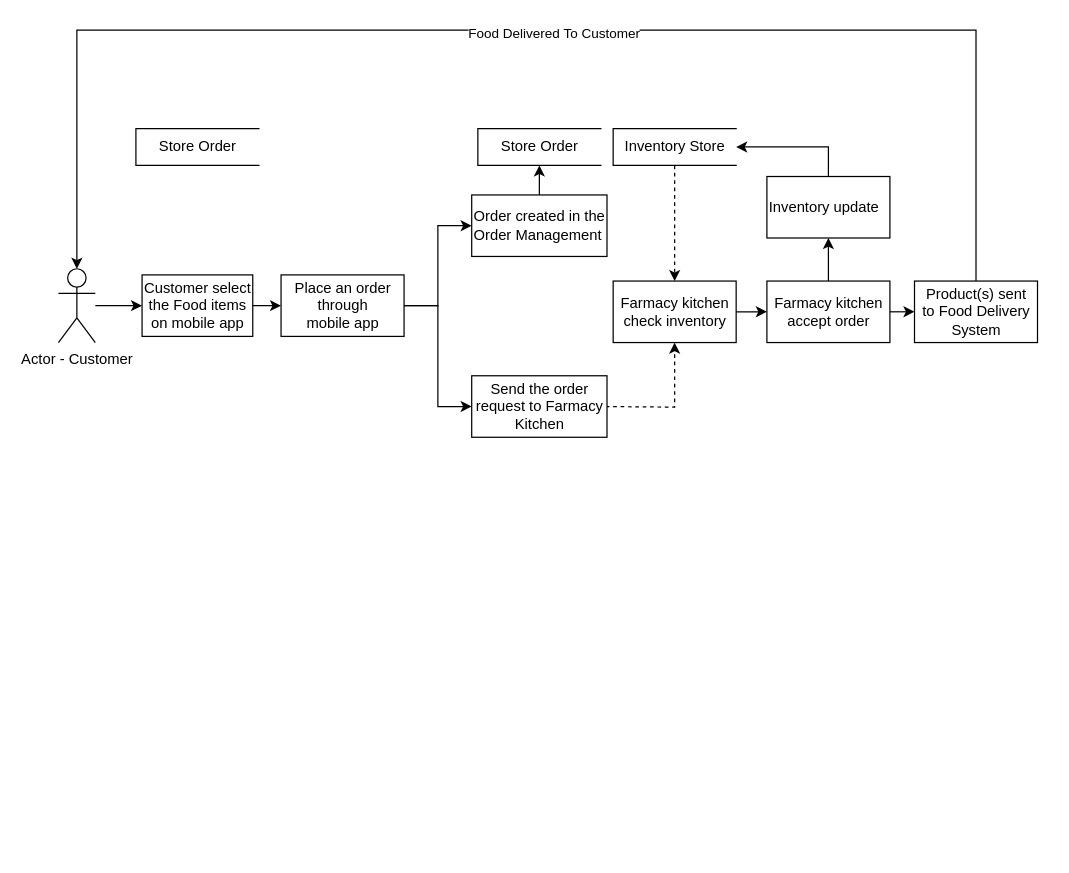
Above: page "Component-Interaction-Customer" (3 of 4) of Farmacy_High_Level_Workflow.drawio in techstarskatas/sparklingstarskatas (draw.io), before the change. Source tidied: cells renumbered, new cells numbered last; positions are measured from the earlier drawing's top-left corner, leaving out a move shared by most shapes. Both pictures are drawn from the tidied source at 123%, with x=0, y=0 at pixel (58, 30).
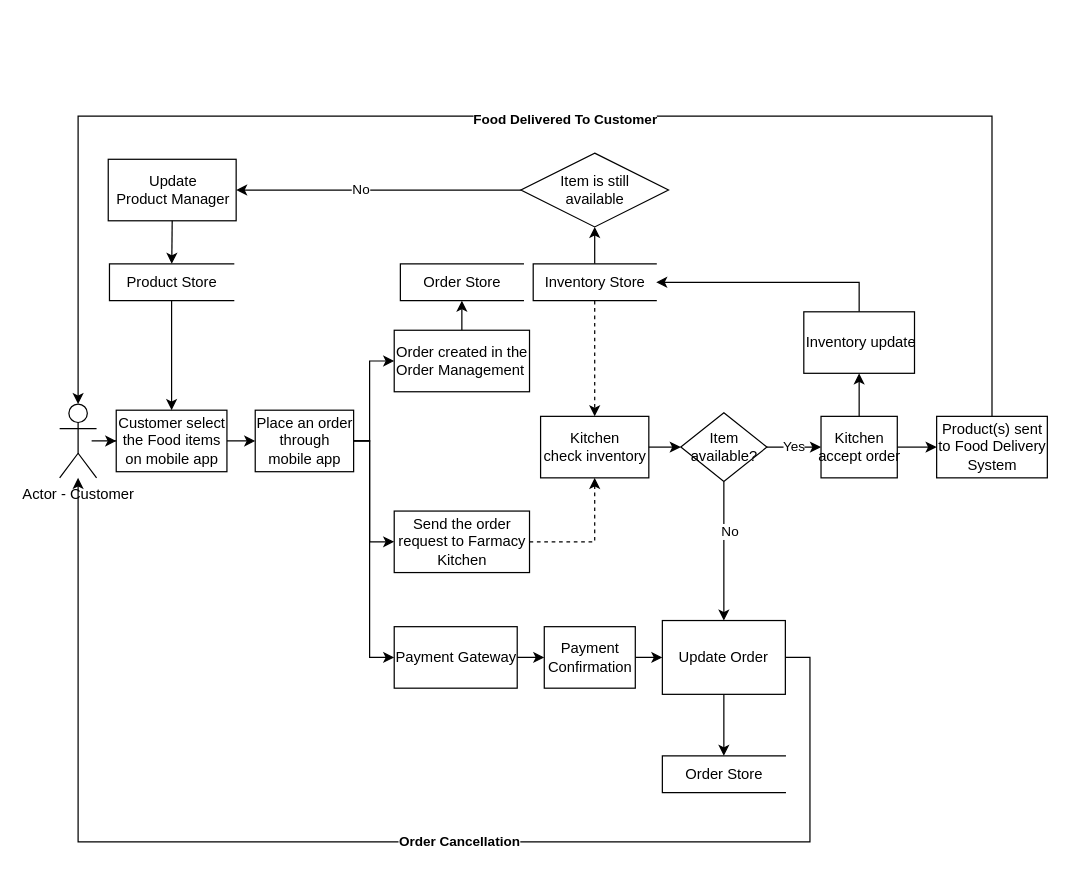
Above is the later version.

The edit, as a diff of the source:
```diff
@@
     <mxCell id="3" value="Actor - Customer" style="shape=umlActor;verticalLabelPosition=bottom;verticalAlign=top;html=1;outlineConnect=0;" parent="1" vertex="1">
-      <mxGeometry y="194" width="30" height="60" as="geometry" />
+      <mxGeometry x="1" y="304" width="30" height="60" as="geometry" />
     </mxCell>
@@
     <mxCell id="5" value="&lt;div align=&quot;justify&quot;&gt;Order created in the&lt;/div&gt;&lt;div align=&quot;justify&quot;&gt;Order Management&lt;br&gt;&lt;/div&gt;" style="html=1;dashed=0;whitespace=wrap;align=left;" parent="1" vertex="1">
-      <mxGeometry x="336" y="134" width="110" height="50" as="geometry" />
+      <mxGeometry x="273" y="244" width="110" height="50" as="geometry" />
     </mxCell>
-    <mxCell id="6" value="Store Order " style="html=1;dashed=0;whitespace=wrap;shape=partialRectangle;right=0;" parent="1" vertex="1">
-      <mxGeometry x="341" y="80" width="100" height="30" as="geometry" />
+    <mxCell id="6" value="Order Store" style="html=1;dashed=0;whitespace=wrap;shape=partialRectangle;right=0;" parent="1" vertex="1">
+      <mxGeometry x="278" y="190" width="100" height="30" as="geometry" />
     </mxCell>
     <mxCell id="7" style="edgeStyle=orthogonalEdgeStyle;rounded=0;jettySize=auto;html=1;exitX=1;exitY=0.5;exitDx=0;exitDy=0;entryX=0;entryY=0.5;entryDx=0;entryDy=0;" parent="1" edge="1" source="9" target="5">
-      <mxGeometry relative="1" as="geometry" />
+      <mxGeometry relative="1" as="geometry">
+        <Array as="points">
+          <mxPoint x="253" y="334" />
+          <mxPoint x="253" y="269" />
+        </Array>
+      </mxGeometry>
     </mxCell>
     <mxCell id="8" style="edgeStyle=orthogonalEdgeStyle;rounded=0;jettySize=auto;html=1;exitX=1;exitY=0.5;exitDx=0;exitDy=0;entryX=0;entryY=0.5;entryDx=0;entryDy=0;" parent="1" edge="1" source="9" target="11">
-      <mxGeometry relative="1" as="geometry" />
+      <mxGeometry relative="1" as="geometry">
+        <Array as="points">
+          <mxPoint x="253" y="334" />
+          <mxPoint x="253" y="416" />
+        </Array>
+      </mxGeometry>
     </mxCell>
+    <mxCell id="27" style="edgeStyle=orthogonalEdgeStyle;rounded=0;jettySize=auto;html=1;exitX=1;exitY=0.5;exitDx=0;exitDy=0;entryX=0;entryY=0.5;entryDx=0;entryDy=0;" parent="1" edge="1" source="9" target="36">
+      <mxGeometry relative="1" as="geometry">
+        <Array as="points">
+          <mxPoint x="253" y="334" />
+          <mxPoint x="253" y="510" />
+        </Array>
+      </mxGeometry>
+    </mxCell>
     <mxCell id="9" value="&lt;div&gt;Place an order &lt;br&gt;&lt;/div&gt;&lt;div&gt;through &lt;br&gt;&lt;/div&gt;&lt;div&gt;mobile app&lt;br&gt;&lt;/div&gt;" style="html=1;dashed=0;whitespace=wrap;" parent="1" vertex="1">
-      <mxGeometry x="181" y="199" width="100" height="50" as="geometry" />
+      <mxGeometry x="160" y="309" width="80" height="50" as="geometry" />
     </mxCell>
-    <mxCell id="10" style="edgeStyle=orthogonalEdgeStyle;rounded=0;jettySize=auto;html=1;exitX=1;exitY=0.5;exitDx=0;exitDy=0;entryX=0.5;entryY=1;entryDx=0;entryDy=0;dashed=1;" parent="1" edge="1" target="15">
-      <mxGeometry relative="1" as="geometry">
-        <mxPoint x="439" y="306" as="sourcePoint" />
-      </mxGeometry>
+    <mxCell id="10" style="edgeStyle=orthogonalEdgeStyle;rounded=0;jettySize=auto;html=1;exitX=1;exitY=0.5;exitDx=0;exitDy=0;entryX=0.5;entryY=1;entryDx=0;entryDy=0;dashed=1;" parent="1" edge="1" source="11" target="15">
+      <mxGeometry relative="1" as="geometry" />
     </mxCell>
     <mxCell id="11" value="&lt;div&gt;Send the order&lt;/div&gt;&lt;div&gt;request to Farmacy&lt;/div&gt;&lt;div&gt;Kitchen&lt;br&gt;&lt;/div&gt;" style="html=1;dashed=0;whitespace=wrap;" parent="1" vertex="1">
-      <mxGeometry x="336" y="281" width="110" height="50" as="geometry" />
+      <mxGeometry x="273" y="391" width="110" height="50" as="geometry" />
     </mxCell>
@@
     <mxCell id="13" value="&lt;div&gt;Customer select&lt;/div&gt;&lt;div&gt;the Food items&lt;/div&gt;&lt;div&gt;on mobile app&lt;br&gt;&lt;/div&gt;" style="html=1;dashed=0;whitespace=wrap;" parent="1" vertex="1">
-      <mxGeometry x="68" y="199" width="90" height="50" as="geometry" />
+      <mxGeometry x="47" y="309" width="90" height="50" as="geometry" />
     </mxCell>
-    <mxCell id="14" style="edgeStyle=orthogonalEdgeStyle;rounded=0;jettySize=auto;html=1;entryX=0;entryY=0.5;entryDx=0;entryDy=0;" parent="1" edge="1" source="15" target="24">
-      <mxGeometry relative="1" as="geometry" />
-    </mxCell>
-    <mxCell id="15" value="&lt;div&gt;Farmacy kitchen&lt;/div&gt;&lt;div&gt;check inventory&lt;br&gt;&lt;/div&gt;" style="html=1;dashed=0;whitespace=wrap;" parent="1" vertex="1">
-      <mxGeometry x="451" y="204" width="100" height="50" as="geometry" />
+    <mxCell id="15" value="&lt;div&gt;Kitchen&lt;/div&gt;&lt;div&gt;check inventory&lt;br&gt;&lt;/div&gt;" style="html=1;dashed=0;whitespace=wrap;" parent="1" vertex="1">
+      <mxGeometry x="392" y="314" width="88" height="50" as="geometry" />
     </mxCell>
@@
+    <mxCell id="28" style="edgeStyle=orthogonalEdgeStyle;rounded=0;jettySize=auto;html=1;" parent="1" edge="1" source="17" target="30">
+      <mxGeometry relative="1" as="geometry" />
+    </mxCell>
     <mxCell id="17" value="Inventory Store" style="html=1;dashed=0;whitespace=wrap;shape=partialRectangle;right=0;" parent="1" vertex="1">
-      <mxGeometry x="451" y="80" width="100" height="30" as="geometry" />
+      <mxGeometry x="386" y="190" width="100" height="30" as="geometry" />
     </mxCell>
@@
     <mxCell id="19" value="Inventory update" style="html=1;dashed=0;whitespace=wrap;align=left;" parent="1" vertex="1">
-      <mxGeometry x="576" y="119" width="100" height="50" as="geometry" />
+      <mxGeometry x="606" y="229" width="90" height="50" as="geometry" />
     </mxCell>
     <mxCell id="20" style="edgeStyle=orthogonalEdgeStyle;rounded=0;jettySize=auto;html=1;exitX=0.5;exitY=0;exitDx=0;exitDy=0;entryX=0.5;entryY=0;entryDx=0;entryDy=0;entryPerimeter=0;" parent="1" edge="1" source="22" target="3">
       <mxGeometry relative="1" as="geometry">
         <Array as="points">
-          <mxPoint x="746" />
-          <mxPoint x="15" />
+          <mxPoint x="759" y="70" />
+          <mxPoint x="16" y="70" />
         </Array>
       </mxGeometry>
     </mxCell>
-    <mxCell id="21" value="Food Delivered To Customer" style="edgeLabel;html=1;align=center;verticalAlign=middle;" parent="20" vertex="1">
+    <mxCell id="21" value="&lt;b&gt;Food Delivered To Customer&lt;/b&gt;" style="edgeLabel;html=1;align=center;verticalAlign=middle;" parent="20" vertex="1">
       <mxGeometry x="-0.03" y="2" relative="1" as="geometry" />
     </mxCell>
     <mxCell id="22" value="&lt;div&gt;Product(s) sent &lt;br&gt;&lt;/div&gt;&lt;div&gt;to Food Delivery &lt;br&gt;&lt;/div&gt;&lt;div&gt;System&lt;/div&gt;" style="html=1;dashed=0;whitespace=wrap;" parent="1" vertex="1">
-      <mxGeometry x="696" y="204" width="100" height="50" as="geometry" />
+      <mxGeometry x="714" y="314" width="90" height="50" as="geometry" />
     </mxCell>
@@
-    <mxCell id="24" value="&lt;div&gt;Farmacy kitchen&lt;/div&gt;&lt;div&gt;accept order&lt;br&gt;&lt;/div&gt;" style="html=1;dashed=0;whitespace=wrap;" parent="1" vertex="1">
-      <mxGeometry x="576" y="204" width="100" height="50" as="geometry" />
+    <mxCell id="24" value="&lt;div&gt;Kitchen&lt;/div&gt;&lt;div&gt;accept order&lt;br&gt;&lt;/div&gt;" style="html=1;dashed=0;whitespace=wrap;" parent="1" vertex="1">
+      <mxGeometry x="620" y="314" width="62" height="50" as="geometry" />
     </mxCell>
@@
+    <mxCell id="29" style="edgeStyle=orthogonalEdgeStyle;rounded=0;jettySize=auto;html=1;" parent="1" edge="1" source="26" target="13">
+      <mxGeometry relative="1" as="geometry" />
+    </mxCell>
-    <mxCell id="26" value="Store Order " style="html=1;dashed=0;whitespace=wrap;shape=partialRectangle;right=0;" parent="1" vertex="1">
-      <mxGeometry x="63" y="80" width="100" height="30" as="geometry" />
+    <mxCell id="26" value="Product Store" style="html=1;dashed=0;whitespace=wrap;shape=partialRectangle;right=0;" parent="1" vertex="1">
+      <mxGeometry x="41.5" y="190" width="101" height="30" as="geometry" />
     </mxCell>
+    <mxCell id="30" value="&lt;div&gt;Item is still&lt;br&gt;&lt;/div&gt;&lt;div&gt;available&lt;br&gt;&lt;/div&gt;" style="shape=rhombus;html=1;dashed=0;whitespace=wrap;perimeter=rhombusPerimeter;" parent="1" vertex="1">
+      <mxGeometry x="376" y="100" width="120" height="60" as="geometry" />
+    </mxCell>
+    <mxCell id="31" value="&lt;div&gt;Update&lt;/div&gt;&lt;div&gt;Product Manager&lt;/div&gt;" style="html=1;dashed=0;whitespace=wrap;" parent="1" vertex="1">
+      <mxGeometry x="40.5" y="105" width="104" height="50" as="geometry" />
+    </mxCell>
+    <mxCell id="32" style="endArrow=classic;html=1;exitX=0;exitY=0.5;exitDx=0;exitDy=0;entryX=1;entryY=0.5;entryDx=0;entryDy=0;" parent="1" edge="1" source="30" target="31">
+      <mxGeometry relative="1" as="geometry" />
+    </mxCell>
+    <mxCell id="33" value="No" style="edgeLabel;html=1;align=center;verticalAlign=middle;" parent="32" vertex="1">
+      <mxGeometry x="0.13" y="-1" relative="1" as="geometry" />
+    </mxCell>
+    <mxCell id="34" style="endArrow=classic;html=1;exitX=0.5;exitY=1;exitDx=0;exitDy=0;" parent="1" edge="1" source="31" target="26">
+      <mxGeometry relative="1" as="geometry" />
+    </mxCell>
+    <mxCell id="35" style="edgeStyle=orthogonalEdgeStyle;rounded=0;jettySize=auto;html=1;" parent="1" edge="1" source="36" target="38">
+      <mxGeometry relative="1" as="geometry" />
+    </mxCell>
+    <mxCell id="36" value="Payment Gateway" style="html=1;dashed=0;whitespace=wrap;" parent="1" vertex="1">
+      <mxGeometry x="273" y="485" width="100" height="50" as="geometry" />
+    </mxCell>
+    <mxCell id="37" style="edgeStyle=orthogonalEdgeStyle;rounded=0;jettySize=auto;html=1;" parent="1" edge="1" source="38" target="48">
+      <mxGeometry relative="1" as="geometry" />
+    </mxCell>
+    <mxCell id="38" value="&lt;div&gt;Payment &lt;br&gt;&lt;/div&gt;&lt;div&gt;Confirmation&lt;/div&gt;" style="html=1;dashed=0;whitespace=wrap;" parent="1" vertex="1">
+      <mxGeometry x="395" y="485" width="74" height="50" as="geometry" />
+    </mxCell>
+    <mxCell id="39" style="edgeStyle=orthogonalEdgeStyle;rounded=0;jettySize=auto;html=1;" parent="1" edge="1" source="41" target="48">
+      <mxGeometry relative="1" as="geometry" />
+    </mxCell>
+    <mxCell id="40" value="No" style="edgeLabel;html=1;align=center;verticalAlign=middle;" parent="39" vertex="1">
+      <mxGeometry x="-0.29" y="4" relative="1" as="geometry" />
+    </mxCell>
+    <mxCell id="41" value="&lt;div&gt;Item&lt;br&gt;&lt;/div&gt;&lt;div&gt;available?&lt;/div&gt;" style="shape=rhombus;html=1;dashed=0;whitespace=wrap;perimeter=rhombusPerimeter;" parent="1" vertex="1">
+      <mxGeometry x="506" y="311" width="70" height="56" as="geometry" />
+    </mxCell>
+    <mxCell id="42" style="endArrow=classic;html=1;entryX=0;entryY=0.5;entryDx=0;entryDy=0;exitX=1;exitY=0.5;exitDx=0;exitDy=0;" parent="1" edge="1" source="15" target="41">
+      <mxGeometry relative="1" as="geometry" />
+    </mxCell>
+    <mxCell id="43" value="Yes" style="endArrow=classic;html=1;exitX=1;exitY=0.5;exitDx=0;exitDy=0;entryX=0;entryY=0.5;entryDx=0;entryDy=0;" parent="1" edge="1" source="41" target="24">
+      <mxGeometry relative="1" as="geometry" />
+    </mxCell>
+    <mxCell id="44" value="Order Store" style="html=1;dashed=0;whitespace=wrap;shape=partialRectangle;right=0;" parent="1" vertex="1">
+      <mxGeometry x="491" y="590" width="100" height="30" as="geometry" />
+    </mxCell>
+    <mxCell id="45" style="edgeStyle=orthogonalEdgeStyle;rounded=0;jettySize=auto;html=1;" parent="1" edge="1" source="48" target="44">
+      <mxGeometry relative="1" as="geometry" />
+    </mxCell>
+    <mxCell id="46" style="edgeStyle=orthogonalEdgeStyle;rounded=0;jettySize=auto;html=1;exitX=1;exitY=0.5;exitDx=0;exitDy=0;" parent="1" edge="1" source="48" target="3">
+      <mxGeometry relative="1" as="geometry">
+        <Array as="points">
+          <mxPoint x="611" y="510" />
+          <mxPoint x="611" y="660" />
+          <mxPoint x="16" y="660" />
+        </Array>
+      </mxGeometry>
+    </mxCell>
+    <mxCell id="47" value="&lt;b&gt;Order Cancellation&lt;/b&gt;" style="edgeLabel;html=1;align=center;verticalAlign=middle;" parent="46" vertex="1">
+      <mxGeometry x="-0.14" y="-1" relative="1" as="geometry" />
+    </mxCell>
+    <mxCell id="48" value="Update Order" style="whiteSpace=wrap;html=1;dashed=0;" parent="1" vertex="1">
+      <mxGeometry x="491" y="480" width="100" height="60" as="geometry" />
+    </mxCell>
```
